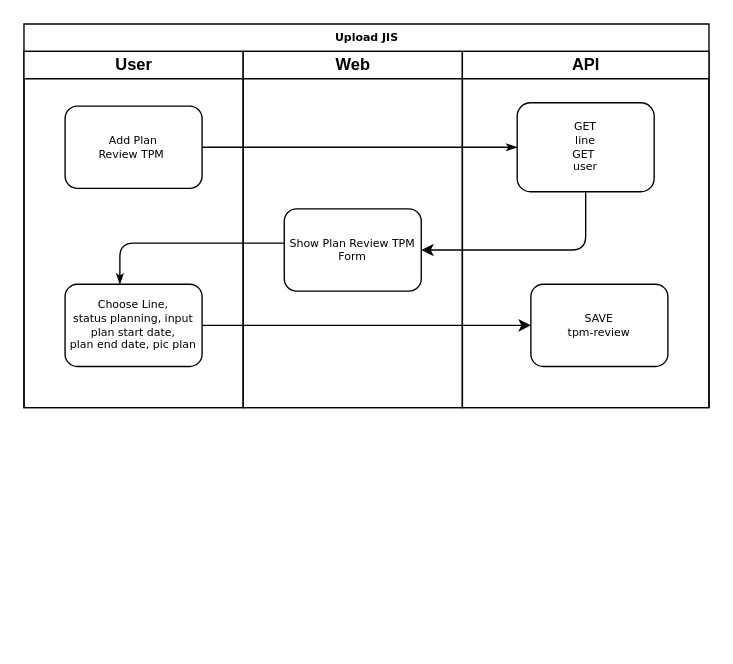
Earlier version of the draw.io diagram page "Planning Review TPM" (22 of 32) of ERD/TPM System Flow.drawio (alqaj/diagrams). Source tidied: cells renumbered, new cells numbered last; positions are measured from the earlier drawing's top-left corner, leaving out a move shared by most shapes. Both pictures are drawn from the tidied source at 137%, with x=0, y=0 at pixel (23, 23).
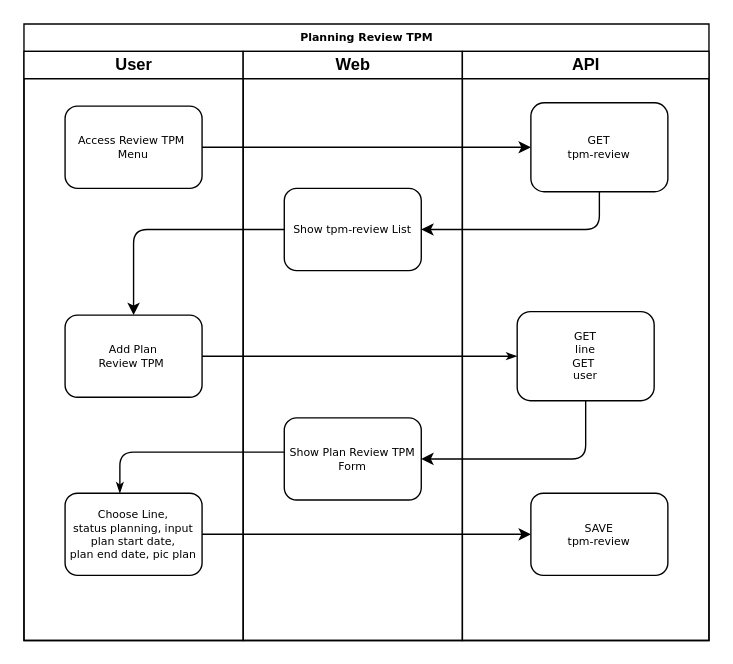
The same page after the edit.

Diff of the diagram source:
```diff
@@
-    <mxCell id="2" value="Upload JIS" style="swimlane;html=1;startSize=20;rounded=0;shadow=0;labelBackgroundColor=none;strokeWidth=1;fontFamily=Verdana;fontSize=8;align=center;" parent="1" vertex="1">
-      <mxGeometry width="500" height="280" as="geometry" />
+    <mxCell id="2" value="Planning Review TPM" style="swimlane;html=1;startSize=20;rounded=0;shadow=0;labelBackgroundColor=none;strokeWidth=1;fontFamily=Verdana;fontSize=8;align=center;" parent="1" vertex="1">
+      <mxGeometry width="500" height="450" as="geometry" />
     </mxCell>
     <mxCell id="3" value="User" style="swimlane;html=1;startSize=20;" parent="2" vertex="1">
-      <mxGeometry y="20" width="160" height="260" as="geometry" />
+      <mxGeometry y="20" width="160" height="430" as="geometry" />
     </mxCell>
     <mxCell id="4" value="Add Plan &lt;br&gt;Review TPM&amp;nbsp;" style="rounded=1;whiteSpace=wrap;html=1;shadow=0;labelBackgroundColor=none;strokeWidth=1;fontFamily=Verdana;fontSize=8;align=center;" parent="3" vertex="1">
-      <mxGeometry x="30" y="40" width="100" height="60" as="geometry" />
+      <mxGeometry x="30" y="192.5" width="100" height="60" as="geometry" />
     </mxCell>
     <mxCell id="5" value="Choose Line,&lt;br&gt;status planning, input plan start date,&lt;br&gt;plan end date, pic plan" style="rounded=1;whiteSpace=wrap;html=1;shadow=0;labelBackgroundColor=none;strokeWidth=1;fontFamily=Verdana;fontSize=8;align=center;" parent="3" vertex="1">
-      <mxGeometry x="30" y="170" width="100" height="60" as="geometry" />
+      <mxGeometry x="30" y="322.5" width="100" height="60" as="geometry" />
     </mxCell>
+    <mxCell id="8" value="Web" style="swimlane;html=1;startSize=20;" parent="2" vertex="1">
+      <mxGeometry x="160" y="20" width="160" height="430" as="geometry" />
+    </mxCell>
+    <mxCell id="9" value="Show Plan Review TPM Form" style="rounded=1;whiteSpace=wrap;html=1;shadow=0;labelBackgroundColor=none;strokeWidth=1;fontFamily=Verdana;fontSize=8;align=center;" parent="8" vertex="1">
+      <mxGeometry x="30" y="267.5" width="100" height="60" as="geometry" />
+    </mxCell>
@@
     <mxCell id="7" style="edgeStyle=orthogonalEdgeStyle;rounded=1;html=1;labelBackgroundColor=none;startArrow=none;startFill=0;startSize=5;endArrow=classicThin;endFill=1;endSize=5;jettySize=auto;strokeWidth=1;fontFamily=Verdana;fontSize=8;" parent="2" edge="1" source="9" target="5">
       <mxGeometry relative="1" as="geometry">
         <Array as="points">
-          <mxPoint x="240" y="160" />
-          <mxPoint x="70" y="160" />
+          <mxPoint x="240" y="312.5" />
+          <mxPoint x="70" y="312.5" />
         </Array>
       </mxGeometry>
     </mxCell>
-    <mxCell id="8" value="Web" style="swimlane;html=1;startSize=20;" parent="2" vertex="1">
-      <mxGeometry x="160" y="20" width="160" height="260" as="geometry" />
-    </mxCell>
-    <mxCell id="9" value="Show Plan Review TPM Form" style="rounded=1;whiteSpace=wrap;html=1;shadow=0;labelBackgroundColor=none;strokeWidth=1;fontFamily=Verdana;fontSize=8;align=center;" parent="8" vertex="1">
-      <mxGeometry x="30" y="115" width="100" height="60" as="geometry" />
-    </mxCell>
@@
     <mxCell id="12" value="API" style="swimlane;html=1;startSize=20;" parent="2" vertex="1">
-      <mxGeometry x="320" y="20" width="180" height="260" as="geometry" />
+      <mxGeometry x="320" y="20" width="180" height="430" as="geometry" />
     </mxCell>
     <mxCell id="13" value="GET&lt;br&gt;line&lt;br&gt;GET&amp;nbsp;&lt;br&gt;user" style="rounded=1;whiteSpace=wrap;html=1;shadow=0;labelBackgroundColor=none;strokeWidth=1;fontFamily=Verdana;fontSize=8;align=center;" parent="12" vertex="1">
-      <mxGeometry x="40" y="37.5" width="100" height="65" as="geometry" />
+      <mxGeometry x="40" y="190" width="100" height="65" as="geometry" />
     </mxCell>
     <mxCell id="14" value="SAVE&lt;br&gt;tpm-review" style="rounded=1;whiteSpace=wrap;html=1;shadow=0;labelBackgroundColor=none;strokeWidth=1;fontFamily=Verdana;fontSize=8;align=center;" parent="12" vertex="1">
-      <mxGeometry x="50" y="170" width="100" height="60" as="geometry" />
+      <mxGeometry x="50" y="322.5" width="100" height="60" as="geometry" />
     </mxCell>
+    <mxCell id="15" style="edgeStyle=orthogonalEdgeStyle;rounded=1;jettySize=auto;html=1;entryX=0;entryY=0.5;entryDx=0;entryDy=0;" parent="1" edge="1" source="16" target="18">
+      <mxGeometry relative="1" as="geometry" />
+    </mxCell>
+    <mxCell id="16" value="Access Review TPM&amp;nbsp;&lt;br&gt;Menu" style="rounded=1;whiteSpace=wrap;html=1;shadow=0;labelBackgroundColor=none;strokeWidth=1;fontFamily=Verdana;fontSize=8;align=center;" parent="1" vertex="1">
+      <mxGeometry x="30" y="60" width="100" height="60" as="geometry" />
+    </mxCell>
+    <mxCell id="17" style="edgeStyle=orthogonalEdgeStyle;rounded=1;jettySize=auto;html=1;entryX=1;entryY=0.5;entryDx=0;entryDy=0;exitX=0.5;exitY=1;exitDx=0;exitDy=0;" parent="1" edge="1" source="18" target="20">
+      <mxGeometry relative="1" as="geometry" />
+    </mxCell>
+    <mxCell id="18" value="GET&lt;br&gt;tpm-review" style="rounded=1;whiteSpace=wrap;html=1;shadow=0;labelBackgroundColor=none;strokeWidth=1;fontFamily=Verdana;fontSize=8;align=center;" parent="1" vertex="1">
+      <mxGeometry x="370" y="57.5" width="100" height="65" as="geometry" />
+    </mxCell>
+    <mxCell id="19" style="edgeStyle=orthogonalEdgeStyle;rounded=1;jettySize=auto;html=1;entryX=0.5;entryY=0;entryDx=0;entryDy=0;" parent="1" edge="1" source="20" target="4">
+      <mxGeometry relative="1" as="geometry" />
+    </mxCell>
+    <mxCell id="20" value="Show tpm-review List" style="rounded=1;whiteSpace=wrap;html=1;shadow=0;labelBackgroundColor=none;strokeWidth=1;fontFamily=Verdana;fontSize=8;align=center;" parent="1" vertex="1">
+      <mxGeometry x="190" y="120" width="100" height="60" as="geometry" />
+    </mxCell>
```
